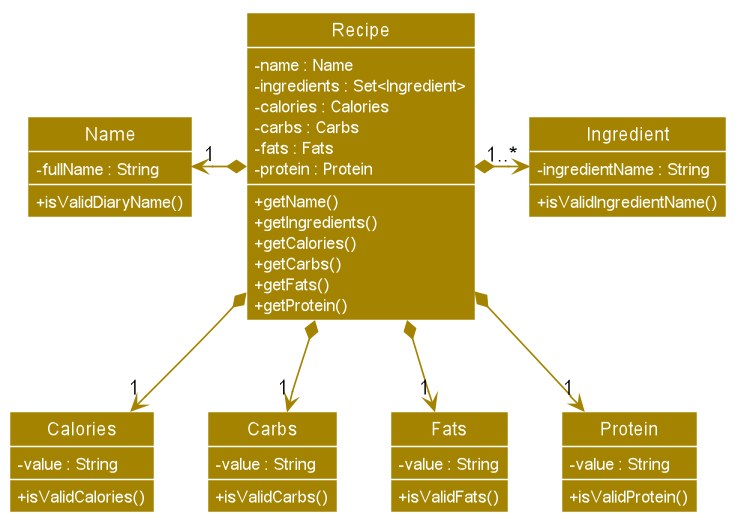
The PlantUML diagram docs/images/RecipeClassDiagram.png in nus-cs2103-AY1920S1/addressbook-level3, before a commit. The source it was exported from:
```plantuml
@startuml








skinparam BackgroundColor #FFFFFFF

skinparam Shadowing false

skinparam Class {
    FontColor #FFFFFF
    BorderThickness 1
    BorderColor #FFFFFF
    StereotypeFontColor #FFFFFF
    FontName Arial
}

skinparam Actor {
    BorderColor #000000
    Color #000000
    FontName Arial
}

skinparam Sequence {
    MessageAlign center
    BoxFontSize 15
    BoxPadding 0
    BoxFontColor #FFFFFF
    FontName Arial
}

skinparam Participant {
    FontColor #FFFFFFF
    Padding 20
}

skinparam MinClassWidth 50
skinparam ParticipantPadding 10
skinparam Shadowing false
skinparam DefaultTextAlignment center
skinparam packageStyle Rectangle

hide footbox
hide members
hide circle
skinparam arrowThickness 1.1
skinparam arrowColor #A38300
skinparam classBackgroundColor #A38300
skinparam classAttributeIconSize 0
skinparam classAttributeFontColor #FFFFFF


Class Recipe {
 - name : Name
 - ingredients : Set<Ingredient>
 - calories : Calories
 - carbs : Carbs
 - fats : Fats
 - protein : Protein
 + getName()
 + getIngredients()
 + getCalories()
 + getCarbs()
 + getFats()
 + getProtein()
}

Class Name {
 - fullName : String
 + isValidDiaryName()
}

Class Ingredient {
 - ingredientName : String
 + isValidIngredientName()
}

Class Calories {
 - value : String
 + isValidCalories()
}

Class Carbs {
 - value : String
 + isValidCarbs()
}

Class Fats {
 - value : String
 + isValidFats()
}

Class Protein {
 - value : String
 + isValidProtein()
}

Recipe *-left-> "1" Name
Recipe *-right-> "1..*" Ingredient
Recipe *-down-> "1" Calories
Recipe *-down-> "1" Carbs
Recipe *-down-> "1" Fats
Recipe *-down-> "1" Protein

show members
@enduml
```
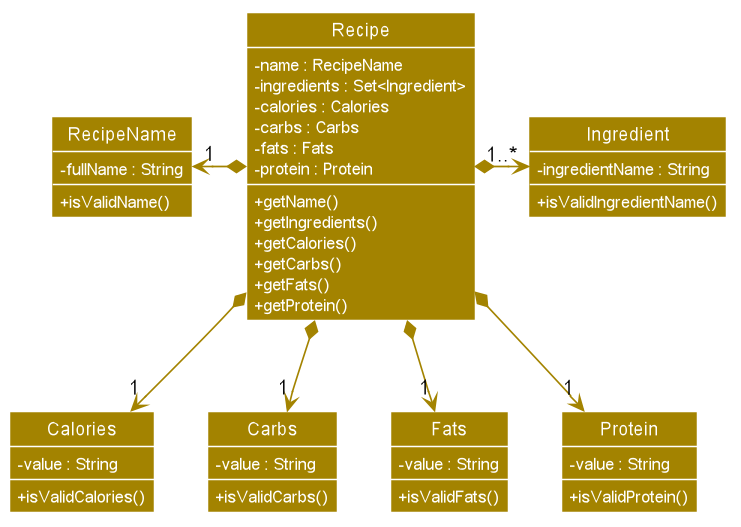
Above is the later version.

Diff of the diagram source:
```diff
@@ -55,7 +55,7 @@
 
 
 Class Recipe {
- - name : Name
+ - name : RecipeName
  - ingredients : Set<Ingredient>
  - calories : Calories
  - carbs : Carbs
@@ -69,9 +69,9 @@
  + getProtein()
 }
 
-Class Name {
+Class RecipeName {
  - fullName : String
- + isValidDiaryName()
+ + isValidName()
 }
 
 Class Ingredient {
@@ -99,7 +99,7 @@
  + isValidProtein()
 }
 
-Recipe *-left-> "1" Name
+Recipe *-left-> "1" RecipeName
 Recipe *-right-> "1..*" Ingredient
 Recipe *-down-> "1" Calories
 Recipe *-down-> "1" Carbs
```
